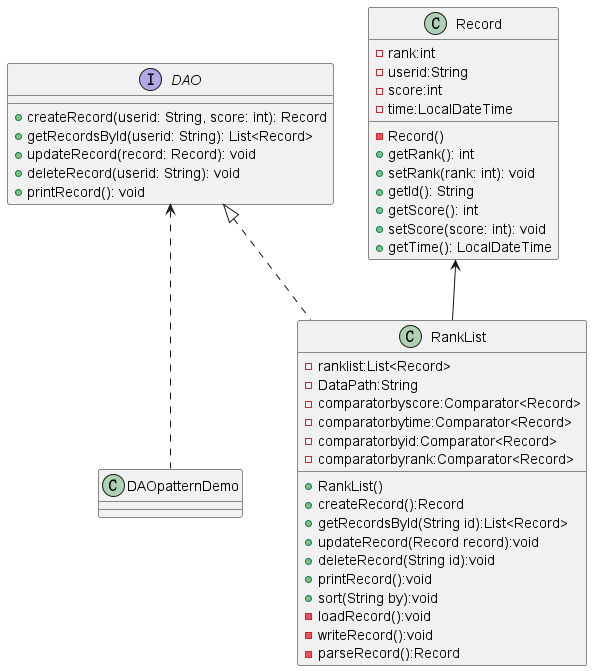
This is uml图提交/DAO.png from jangyicheng/Java-wargame, a PlantUML export, as it was before one commit. Its diagram source:
```plantuml
@startuml

class DAOpatternDemo
{
}

interface DAO
{
  +createRecord(userid: String, score: int): Record
    +getRecordsById(userid: String): List<Record>
    +updateRecord(record: Record): void
    +deleteRecord(userid: String): void
    +printRecord(): void
}

class RankList implements DAO
{
-ranklist:List<Record>
+RankList()
- DataPath:String
- comparatorbyscore:Comparator<Record>
- comparatorbytime:Comparator<Record>
- comparatorbyid:Comparator<Record>
- comparatorbyrank:Comparator<Record>

+createRecord():Record
+getRecordsById(String id):List<Record>
+updateRecord(Record record):void
+deleteRecord(String id):void
+printRecord():void
+sort(String by):void
-loadRecord():void
-writeRecord():void
-parseRecord():Record
}

class Record
{
    -rank:int
    - userid:String
    - score:int
    -time:LocalDateTime
    -Record()
    +getRank(): int
    +setRank(rank: int): void
    +getId(): String
    +getScore(): int
    +setScore(score: int): void
    +getTime(): LocalDateTime
}
DAO<.. DAOpatternDemo
 Record<-- RankList
@enduml
```
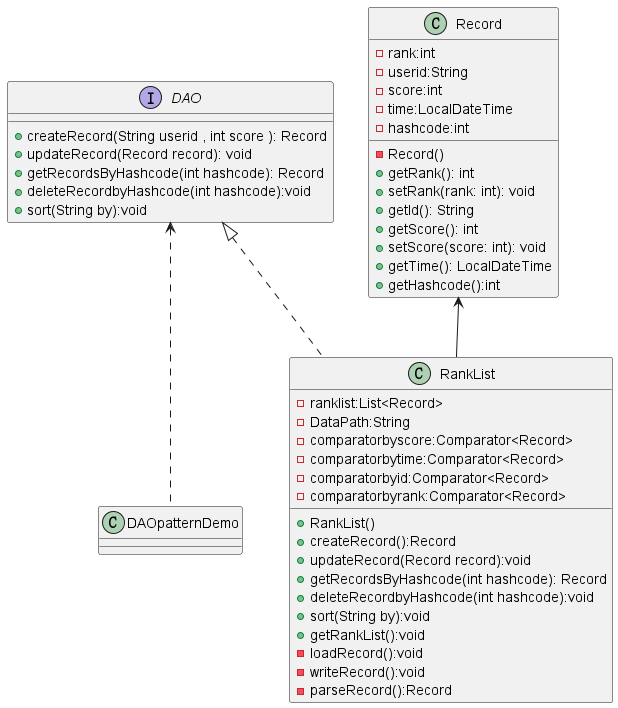
Above is the later version.

What changed in the source:
```diff
@@ -6,11 +6,11 @@
 
 interface DAO
 {
-  +createRecord(userid: String, score: int): Record
-    +getRecordsById(userid: String): List<Record>
-    +updateRecord(record: Record): void
-    +deleteRecord(userid: String): void
-    +printRecord(): void
+  +createRecord(String userid , int score ): Record
+    +updateRecord(Record record): void
+    +getRecordsByHashcode(int hashcode): Record
+    +deleteRecordbyHashcode(int hashcode):void
+    +sort(String by):void
 }
 
 class RankList implements DAO
@@ -24,11 +24,11 @@
 - comparatorbyrank:Comparator<Record>
 
 +createRecord():Record
-+getRecordsById(String id):List<Record>
 +updateRecord(Record record):void
-+deleteRecord(String id):void
-+printRecord():void
++getRecordsByHashcode(int hashcode): Record
++deleteRecordbyHashcode(int hashcode):void
 +sort(String by):void
++getRankList():void
 -loadRecord():void
 -writeRecord():void
 -parseRecord():Record
@@ -40,6 +40,7 @@
     - userid:String
     - score:int
     -time:LocalDateTime
+    -hashcode:int
     -Record()
     +getRank(): int
     +setRank(rank: int): void
@@ -47,6 +48,7 @@
     +getScore(): int
     +setScore(score: int): void
     +getTime(): LocalDateTime
+    +getHashcode():int
 }
 DAO<.. DAOpatternDemo
  Record<-- RankList
```
